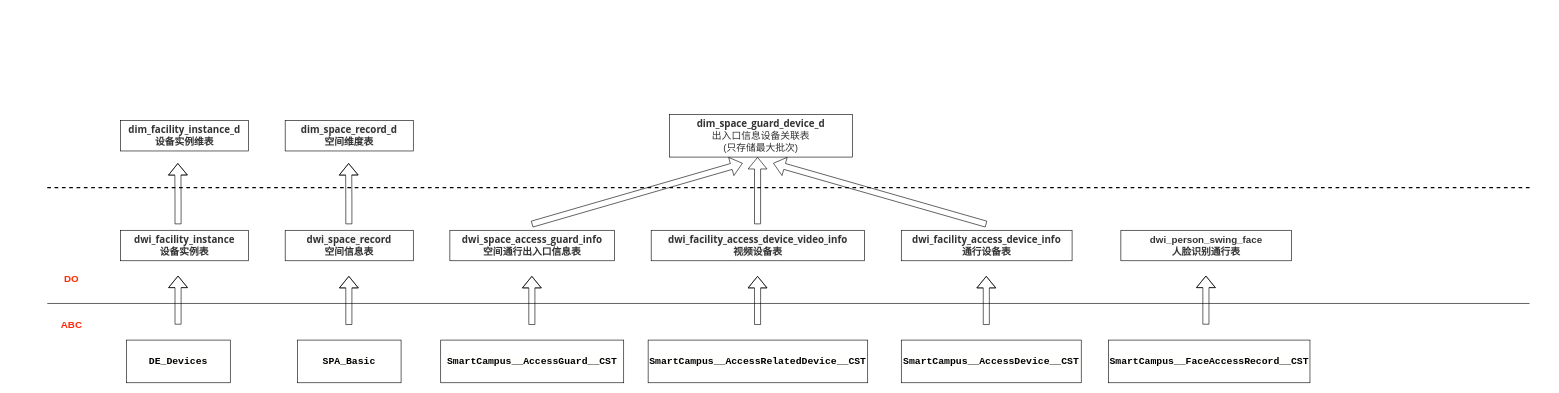
Above: 人员态势/人员通行.drawio in qiuyu828/gxsjj (draw.io), before the change. Source tidied: cells renumbered, new cells numbered last; positions are measured from the earlier drawing's top-left corner, leaving out a move shared by most shapes. Both pictures are drawn from the tidied source at 61%, with x=0, y=0 at pixel (10, 114).
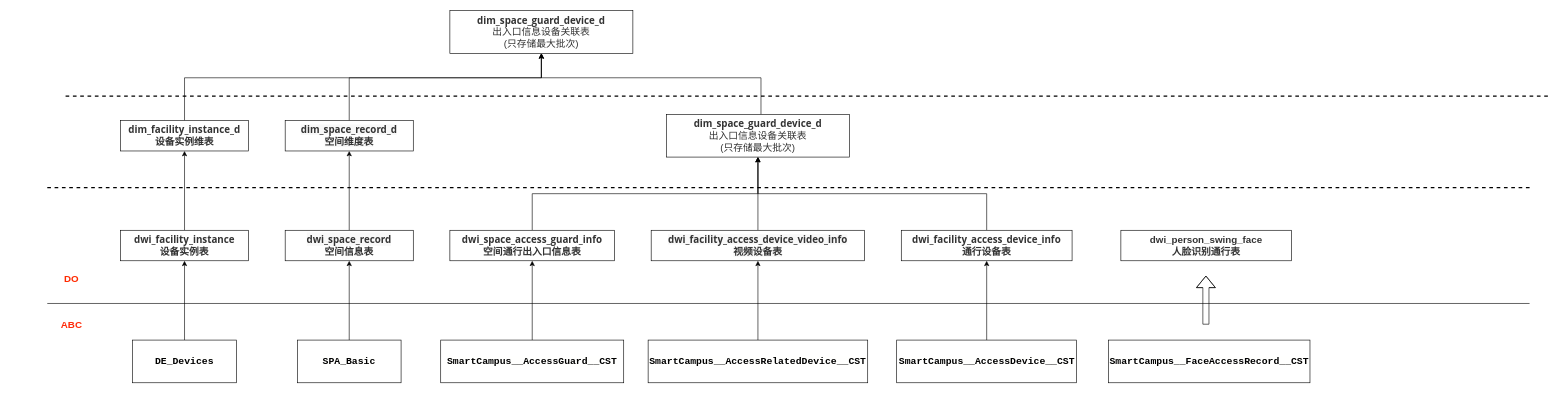
The same page after the edit.

Commit message (it also covers changes not shown here):
更新人员通行.drawio

The change refers to these unchanged cells:
```xml
<mxCell id="3" value="&lt;span style=&quot;color: rgb(51, 51, 51); font-family: &amp;quot;open sans&amp;quot;, &amp;quot;clear sans&amp;quot;, &amp;quot;helvetica neue&amp;quot;, helvetica, arial, sans-serif; font-size: 16px; text-align: left; background-color: rgb(255, 255, 255);&quot;&gt;&lt;span style=&quot;font-size: 16px;&quot;&gt;dwi_facility_instance&lt;br style=&quot;font-size: 16px;&quot;&gt;&lt;/span&gt;&lt;/span&gt;&lt;span style=&quot;color: rgb(50, 50, 50); font-size: 16px; background-color: rgba(255, 255, 255, 0.01);&quot;&gt;设备实例表&lt;/span&gt;&lt;span style=&quot;color: rgb(51, 51, 51); font-family: &amp;quot;open sans&amp;quot;, &amp;quot;clear sans&amp;quot;, &amp;quot;helvetica neue&amp;quot;, helvetica, arial, sans-serif; font-size: 16px; text-align: left; background-color: rgb(255, 255, 255);&quot;&gt;&lt;span style=&quot;font-size: 16px;&quot;&gt;&lt;br style=&quot;font-size: 16px;&quot;&gt;&lt;/span&gt;&lt;/span&gt;" style="rounded=0;whiteSpace=wrap;html=1;fontStyle=1;fontSize=16;" parent="1" vertex="1">
  <mxGeometry x="180" y="190" width="210" height="50" as="geometry" />
</mxCell>
<mxCell id="4" value="&lt;span style=&quot;color: rgb(51, 51, 51); font-family: &amp;quot;open sans&amp;quot;, &amp;quot;clear sans&amp;quot;, &amp;quot;helvetica neue&amp;quot;, helvetica, arial, sans-serif; font-size: 16px; text-align: left; background-color: rgb(248, 248, 248);&quot;&gt;&lt;span style=&quot;font-size: 16px;&quot;&gt;dwi_space_record&lt;br style=&quot;font-size: 16px;&quot;&gt;&lt;/span&gt;&lt;/span&gt;&lt;span style=&quot;color: rgb(50, 50, 50); font-size: 16px; background-color: rgba(255, 255, 255, 0.01);&quot;&gt;空间信息表&lt;/span&gt;&lt;span style=&quot;color: rgb(51, 51, 51); font-family: &amp;quot;open sans&amp;quot;, &amp;quot;clear sans&amp;quot;, &amp;quot;helvetica neue&amp;quot;, helvetica, arial, sans-serif; font-size: 16px; text-align: left; background-color: rgb(248, 248, 248);&quot;&gt;&lt;span style=&quot;font-size: 16px;&quot;&gt;&lt;br style=&quot;font-size: 16px;&quot;&gt;&lt;/span&gt;&lt;/span&gt;" style="rounded=0;whiteSpace=wrap;html=1;fontStyle=1;fontSize=16;" parent="1" vertex="1">
  <mxGeometry x="450" y="190" width="210" height="50" as="geometry" />
</mxCell>
<mxCell id="5" value="&lt;span style=&quot;text-align: left ; background-color: rgb(248 , 248 , 248)&quot;&gt;&lt;b style=&quot;color: rgb(51 , 51 , 51) ; font-family: &amp;#34;open sans&amp;#34; , &amp;#34;clear sans&amp;#34; , &amp;#34;helvetica neue&amp;#34; , &amp;#34;helvetica&amp;#34; , &amp;#34;arial&amp;#34; , sans-serif ; font-size: 16px&quot;&gt;dwi_facility_access_device_video_info&lt;/b&gt;&lt;br&gt;&lt;font color=&quot;#333333&quot; face=&quot;open sans, clear sans, helvetica neue, helvetica, arial, sans-serif&quot;&gt;&lt;b&gt;视频设备表&lt;/b&gt;&lt;/font&gt;&lt;br&gt;&lt;/span&gt;" style="rounded=0;whiteSpace=wrap;html=1;fontSize=16;" parent="1" vertex="1">
  <mxGeometry x="1050" y="190" width="350" height="50" as="geometry" />
</mxCell>
<mxCell id="6" value="&lt;span style=&quot;text-align: left; background-color: rgb(255, 255, 255); font-size: 16px;&quot;&gt;&lt;span style=&quot;color: rgb(51, 51, 51); font-family: &amp;quot;open sans&amp;quot;, &amp;quot;clear sans&amp;quot;, &amp;quot;helvetica neue&amp;quot;, helvetica, arial, sans-serif; font-size: 16px;&quot;&gt;dwi_space_access_guard_info&lt;/span&gt;&lt;br style=&quot;font-size: 16px;&quot;&gt;&lt;font color=&quot;#333333&quot; face=&quot;open sans, clear sans, helvetica neue, helvetica, arial, sans-serif&quot; style=&quot;font-size: 16px;&quot;&gt;&lt;span style=&quot;font-size: 16px;&quot;&gt;&lt;span style=&quot;font-size: 16px;&quot;&gt;空间通行出入口信息表&lt;/span&gt;&lt;/span&gt;&lt;/font&gt;&lt;br style=&quot;font-size: 16px;&quot;&gt;&lt;/span&gt;" style="rounded=0;whiteSpace=wrap;html=1;fontStyle=1;fontSize=16;" parent="1" vertex="1">
  <mxGeometry x="720" y="190" width="270" height="50" as="geometry" />
</mxCell>
<mxCell id="7" value="&lt;span style=&quot;text-align: left ; background-color: rgb(255 , 255 , 255)&quot;&gt;&lt;b style=&quot;color: rgb(51 , 51 , 51) ; font-family: &amp;#34;open sans&amp;#34; , &amp;#34;clear sans&amp;#34; , &amp;#34;helvetica neue&amp;#34; , &amp;#34;helvetica&amp;#34; , &amp;#34;arial&amp;#34; , sans-serif ; font-size: 16px&quot;&gt;dwi_facility_access_device_info&lt;/b&gt;&lt;br&gt;&lt;font color=&quot;#333333&quot; face=&quot;open sans, clear sans, helvetica neue, helvetica, arial, sans-serif&quot;&gt;&lt;b&gt;通行设备表&lt;/b&gt;&lt;/font&gt;&lt;br&gt;&lt;/span&gt;" style="rounded=0;whiteSpace=wrap;html=1;fontSize=16;" parent="1" vertex="1">
  <mxGeometry x="1460" y="190" width="280" height="50" as="geometry" />
</mxCell>
<mxCell id="9" value="&lt;div style=&quot;background-color: rgb(255, 255, 254); font-family: consolas, &amp;quot;courier new&amp;quot;, monospace; line-height: 19px; font-size: 16px;&quot;&gt;&lt;b style=&quot;font-size: 16px;&quot;&gt;&lt;font style=&quot;font-size: 16px;&quot;&gt;SPA_Basic&lt;/font&gt;&lt;/b&gt;&lt;/div&gt;" style="rounded=0;whiteSpace=wrap;html=1;fontSize=16;" parent="1" vertex="1">
  <mxGeometry x="470" y="370" width="170" height="70" as="geometry" />
</mxCell>
<mxCell id="13" value="&lt;div style=&quot;background-color: rgb(255, 255, 254); font-family: consolas, &amp;quot;courier new&amp;quot;, monospace; line-height: 19px; font-size: 16px;&quot;&gt;&lt;font style=&quot;font-size: 16px;&quot;&gt;&lt;b style=&quot;font-size: 16px;&quot;&gt;SmartCampus__AccessRelatedDevice__CST&lt;/b&gt;&lt;/font&gt;&lt;/div&gt;" style="rounded=0;whiteSpace=wrap;html=1;fontSize=16;" parent="1" vertex="1">
  <mxGeometry x="1045" y="370" width="360" height="70" as="geometry" />
</mxCell>
<mxCell id="14" value="&lt;div style=&quot;background-color: rgb(255, 255, 254); font-family: consolas, &amp;quot;courier new&amp;quot;, monospace; line-height: 19px; font-size: 16px;&quot;&gt;&lt;b style=&quot;font-size: 16px;&quot;&gt;&lt;font style=&quot;font-size: 16px;&quot;&gt;SmartCampus__AccessGuard__CST&lt;/font&gt;&lt;/b&gt;&lt;/div&gt;" style="rounded=0;whiteSpace=wrap;html=1;fontSize=16;" parent="1" vertex="1">
  <mxGeometry x="705" y="370" width="300" height="70" as="geometry" />
</mxCell>
<mxCell id="22" value="&lt;span style=&quot;text-align: left ; background-color: rgb(255 , 255 , 255)&quot;&gt;&lt;b style=&quot;color: rgb(51 , 51 , 51) ; font-family: &amp;#34;open sans&amp;#34; , &amp;#34;clear sans&amp;#34; , &amp;#34;helvetica neue&amp;#34; , &amp;#34;helvetica&amp;#34; , &amp;#34;arial&amp;#34; , sans-serif ; font-size: 16px&quot;&gt;dim_facility_instance_d&lt;/b&gt;&lt;br&gt;&lt;font color=&quot;#333333&quot; face=&quot;open sans, clear sans, helvetica neue, helvetica, arial, sans-serif&quot;&gt;&lt;b&gt;设备实例维表&lt;/b&gt;&lt;/font&gt;&lt;br&gt;&lt;/span&gt;" style="rounded=0;whiteSpace=wrap;html=1;fontSize=16;" parent="1" vertex="1">
  <mxGeometry x="180" y="10" width="210" height="50" as="geometry" />
</mxCell>
<mxCell id="24" value="&lt;span style=&quot;text-align: left ; background-color: rgb(248 , 248 , 248)&quot;&gt;&lt;b style=&quot;color: rgb(51 , 51 , 51) ; font-family: &amp;#34;open sans&amp;#34; , &amp;#34;clear sans&amp;#34; , &amp;#34;helvetica neue&amp;#34; , &amp;#34;helvetica&amp;#34; , &amp;#34;arial&amp;#34; , sans-serif ; font-size: 16px&quot;&gt;dim_space_record_d&lt;/b&gt;&lt;br&gt;&lt;font color=&quot;#333333&quot; face=&quot;open sans, clear sans, helvetica neue, helvetica, arial, sans-serif&quot;&gt;&lt;b&gt;空间维度表&lt;/b&gt;&lt;/font&gt;&lt;br&gt;&lt;/span&gt;" style="rounded=0;whiteSpace=wrap;html=1;fontSize=16;" parent="1" vertex="1">
  <mxGeometry x="450" y="10" width="210" height="50" as="geometry" />
</mxCell>
```

What changed in the source:
```diff
@@
+    <mxCell id="32" style="edgeStyle=orthogonalEdgeStyle;rounded=0;jettySize=auto;html=1;entryX=0.5;entryY=1;entryDx=0;entryDy=0;fontSize=16;fontColor=#FF2A00;" parent="1" edge="1" source="3" target="22">
+      <mxGeometry relative="1" as="geometry" />
+    </mxCell>
@@
+    <mxCell id="33" style="edgeStyle=orthogonalEdgeStyle;rounded=0;jettySize=auto;html=1;entryX=0.5;entryY=1;entryDx=0;entryDy=0;fontSize=16;fontColor=#FF2A00;" parent="1" edge="1" source="4" target="24">
+      <mxGeometry relative="1" as="geometry" />
+    </mxCell>
@@
+    <mxCell id="34" style="edgeStyle=orthogonalEdgeStyle;rounded=0;jettySize=auto;html=1;entryX=0.5;entryY=1;entryDx=0;entryDy=0;fontSize=16;fontColor=#FF2A00;" parent="1" edge="1" source="5" target="25">
+      <mxGeometry relative="1" as="geometry" />
+    </mxCell>
@@
+    <mxCell id="35" style="edgeStyle=orthogonalEdgeStyle;rounded=0;jettySize=auto;html=1;entryX=0.5;entryY=1;entryDx=0;entryDy=0;fontSize=16;fontColor=#FF2A00;" parent="1" edge="1" source="6" target="25">
+      <mxGeometry relative="1" as="geometry">
+        <Array as="points">
+          <mxPoint x="855" y="130" />
+          <mxPoint x="1225" y="130" />
+        </Array>
+      </mxGeometry>
+    </mxCell>
@@
+    <mxCell id="36" style="edgeStyle=orthogonalEdgeStyle;rounded=0;jettySize=auto;html=1;entryX=0.5;entryY=1;entryDx=0;entryDy=0;fontSize=16;fontColor=#FF2A00;" parent="1" edge="1" source="7" target="25">
+      <mxGeometry relative="1" as="geometry">
+        <Array as="points">
+          <mxPoint x="1600" y="130" />
+          <mxPoint x="1225" y="130" />
+        </Array>
+      </mxGeometry>
+    </mxCell>
@@
+    <mxCell id="37" style="edgeStyle=orthogonalEdgeStyle;rounded=0;jettySize=auto;html=1;entryX=0.5;entryY=1;entryDx=0;entryDy=0;fontSize=16;fontColor=#FF2A00;" parent="1" edge="1" source="8" target="3">
+      <mxGeometry relative="1" as="geometry" />
+    </mxCell>
     <mxCell id="8" value="&lt;div style=&quot;background-color: rgb(255, 255, 254); font-family: consolas, &amp;quot;courier new&amp;quot;, monospace; line-height: 19px; font-size: 16px;&quot;&gt;&lt;b style=&quot;font-size: 16px;&quot;&gt;&lt;font style=&quot;font-size: 16px;&quot;&gt;DE_Devices&lt;/font&gt;&lt;/b&gt;&lt;/div&gt;" style="rounded=0;whiteSpace=wrap;html=1;fontSize=16;" parent="1" vertex="1">
-      <mxGeometry x="190" y="370" width="170" height="70" as="geometry" />
+      <mxGeometry x="200" y="370" width="170" height="70" as="geometry" />
     </mxCell>
+    <mxCell id="38" style="edgeStyle=orthogonalEdgeStyle;rounded=0;jettySize=auto;html=1;entryX=0.5;entryY=1;entryDx=0;entryDy=0;fontSize=16;fontColor=#FF2A00;" parent="1" edge="1" source="9" target="4">
+      <mxGeometry relative="1" as="geometry" />
+    </mxCell>
@@
+    <mxCell id="39" style="edgeStyle=orthogonalEdgeStyle;rounded=0;jettySize=auto;html=1;entryX=0.5;entryY=1;entryDx=0;entryDy=0;fontSize=16;fontColor=#FF2A00;" parent="1" edge="1" source="10" target="7">
+      <mxGeometry relative="1" as="geometry" />
+    </mxCell>
     <mxCell id="10" value="&lt;div style=&quot;background-color: rgb(255, 255, 254); font-family: consolas, &amp;quot;courier new&amp;quot;, monospace; line-height: 19px; font-size: 16px;&quot;&gt;&lt;font style=&quot;font-size: 16px;&quot;&gt;&lt;b style=&quot;font-size: 16px;&quot;&gt;SmartCampus__AccessDevice__CST&lt;/b&gt;&lt;/font&gt;&lt;/div&gt;" style="rounded=0;whiteSpace=wrap;html=1;fontSize=16;" parent="1" vertex="1">
-      <mxGeometry x="1460" y="370" width="295" height="70" as="geometry" />
+      <mxGeometry x="1452.5" y="370" width="295" height="70" as="geometry" />
     </mxCell>
@@
+    <mxCell id="40" style="edgeStyle=orthogonalEdgeStyle;rounded=0;jettySize=auto;html=1;entryX=0.5;entryY=1;entryDx=0;entryDy=0;fontSize=16;fontColor=#FF2A00;" parent="1" edge="1" source="13" target="5">
+      <mxGeometry relative="1" as="geometry" />
+    </mxCell>
@@
+    <mxCell id="41" style="edgeStyle=orthogonalEdgeStyle;rounded=0;jettySize=auto;html=1;entryX=0.5;entryY=1;entryDx=0;entryDy=0;fontSize=16;fontColor=#FF2A00;" parent="1" edge="1" source="14" target="6">
+      <mxGeometry relative="1" as="geometry" />
+    </mxCell>
@@
-    <mxCell id="15" style="shape=flexArrow;endArrow=classic;html=1;fontSize=16;" parent="1" edge="1">
-      <mxGeometry relative="1" as="geometry">
-        <mxPoint x="274.4" y="344.5" as="sourcePoint" />
-        <mxPoint x="274.4" y="264.5" as="targetPoint" />
-        <Array as="points">
-          <mxPoint x="274.4" y="304.5" />
-        </Array>
-      </mxGeometry>
-    </mxCell>
-    <mxCell id="16" style="shape=flexArrow;endArrow=classic;html=1;fontSize=16;" parent="1" edge="1">
-      <mxGeometry relative="1" as="geometry">
-        <mxPoint x="1599.4" y="345" as="sourcePoint" />
-        <mxPoint x="1599.4" y="265" as="targetPoint" />
-        <Array as="points">
-          <mxPoint x="1599.4" y="305" />
-        </Array>
-      </mxGeometry>
-    </mxCell>
-    <mxCell id="17" style="shape=flexArrow;endArrow=classic;html=1;fontSize=16;" parent="1" edge="1">
-      <mxGeometry relative="1" as="geometry">
-        <mxPoint x="1224.4" y="345" as="sourcePoint" />
-        <mxPoint x="1224.4" y="265" as="targetPoint" />
-        <Array as="points">
-          <mxPoint x="1224.4" y="305" />
-        </Array>
-      </mxGeometry>
-    </mxCell>
-    <mxCell id="18" style="shape=flexArrow;endArrow=classic;html=1;fontSize=16;" parent="1" edge="1">
-      <mxGeometry relative="1" as="geometry">
-        <mxPoint x="854.4" y="345" as="sourcePoint" />
-        <mxPoint x="854.4" y="265" as="targetPoint" />
-        <Array as="points">
-          <mxPoint x="854.4" y="305" />
-        </Array>
-      </mxGeometry>
-    </mxCell>
-    <mxCell id="19" style="shape=flexArrow;endArrow=classic;html=1;fontSize=16;" parent="1" edge="1">
-      <mxGeometry relative="1" as="geometry">
-        <mxPoint x="554.4" y="345" as="sourcePoint" />
-        <mxPoint x="554.4" y="265" as="targetPoint" />
-        <Array as="points">
-          <mxPoint x="554.4" y="305" />
-        </Array>
-      </mxGeometry>
-    </mxCell>
@@
+    <mxCell id="42" style="edgeStyle=orthogonalEdgeStyle;rounded=0;jettySize=auto;html=1;entryX=0.5;entryY=1;entryDx=0;entryDy=0;fontSize=16;fontColor=#FF2A00;" parent="1" edge="1" source="22" target="46">
+      <mxGeometry relative="1" as="geometry">
+        <Array as="points">
+          <mxPoint x="285" y="-60" />
+          <mxPoint x="870" y="-60" />
+        </Array>
+      </mxGeometry>
+    </mxCell>
@@
+    <mxCell id="43" style="edgeStyle=orthogonalEdgeStyle;rounded=0;jettySize=auto;html=1;entryX=0.5;entryY=1;entryDx=0;entryDy=0;fontSize=16;fontColor=#FF2A00;" parent="1" edge="1" source="24" target="46">
+      <mxGeometry relative="1" as="geometry">
+        <Array as="points">
+          <mxPoint x="555" y="-60" />
+          <mxPoint x="870" y="-60" />
+        </Array>
+      </mxGeometry>
+    </mxCell>
@@
+    <mxCell id="44" style="edgeStyle=orthogonalEdgeStyle;rounded=0;jettySize=auto;html=1;entryX=0.5;entryY=1;entryDx=0;entryDy=0;fontSize=16;fontColor=#FF2A00;" parent="1" edge="1" source="25" target="46">
+      <mxGeometry relative="1" as="geometry">
+        <Array as="points">
+          <mxPoint x="1230" y="-60" />
+          <mxPoint x="870" y="-60" />
+        </Array>
+      </mxGeometry>
+    </mxCell>
     <mxCell id="25" value="&lt;span style=&quot;color: rgb(51, 51, 51); font-family: &amp;quot;open sans&amp;quot;, &amp;quot;clear sans&amp;quot;, &amp;quot;helvetica neue&amp;quot;, helvetica, arial, sans-serif; font-size: 16px; text-align: left; background-color: rgb(255, 255, 255);&quot;&gt;&lt;b style=&quot;font-size: 16px;&quot;&gt;dim_space_guard_device_d&lt;br style=&quot;font-size: 16px;&quot;&gt;&lt;/b&gt;&lt;/span&gt;&lt;div style=&quot;resize: none; outline: 0px; font-size: 16px; color: rgb(50, 50, 50);&quot;&gt;出入口信息设备关联表&lt;/div&gt;&lt;div style=&quot;resize: none; outline: 0px; font-size: 16px; color: rgb(50, 50, 50);&quot;&gt;(只存储最大批次)&lt;/div&gt;" style="rounded=0;whiteSpace=wrap;html=1;fontSize=16;" parent="1" vertex="1">
-      <mxGeometry x="1080" width="300" height="70" as="geometry" />
+      <mxGeometry x="1075" width="300" height="70" as="geometry" />
     </mxCell>
-    <mxCell id="26" style="shape=flexArrow;endArrow=classic;html=1;fontSize=16;" parent="1" edge="1">
-      <mxGeometry relative="1" as="geometry">
-        <mxPoint x="1224.4" y="180" as="sourcePoint" />
-        <mxPoint x="1224.4" y="70" as="targetPoint" />
-      </mxGeometry>
-    </mxCell>
-    <mxCell id="27" style="shape=flexArrow;endArrow=classic;html=1;fontSize=16;" parent="1" edge="1">
-      <mxGeometry relative="1" as="geometry">
-        <mxPoint x="854.4" y="180" as="sourcePoint" />
-        <mxPoint x="1200" y="80" as="targetPoint" />
-      </mxGeometry>
-    </mxCell>
-    <mxCell id="28" style="shape=flexArrow;endArrow=classic;html=1;fontSize=16;" parent="1" edge="1">
-      <mxGeometry relative="1" as="geometry">
-        <mxPoint x="1599.4" y="180" as="sourcePoint" />
-        <mxPoint x="1250" y="80" as="targetPoint" />
-      </mxGeometry>
-    </mxCell>
-    <mxCell id="29" style="shape=flexArrow;endArrow=classic;html=1;fontSize=16;" parent="1" edge="1">
-      <mxGeometry relative="1" as="geometry">
-        <mxPoint x="274.4" y="180" as="sourcePoint" />
-        <mxPoint x="274" y="80" as="targetPoint" />
-        <Array as="points">
-          <mxPoint x="274.4" y="140" />
-        </Array>
-      </mxGeometry>
-    </mxCell>
-    <mxCell id="30" style="shape=flexArrow;endArrow=classic;html=1;fontSize=16;" parent="1" edge="1">
-      <mxGeometry relative="1" as="geometry">
-        <mxPoint x="554.4" y="180" as="sourcePoint" />
-        <mxPoint x="554" y="80" as="targetPoint" />
-        <Array as="points">
-          <mxPoint x="554.4" y="140" />
-        </Array>
-      </mxGeometry>
-    </mxCell>
@@
+    <mxCell id="45" style="endArrow=none;dashed=1;html=1;strokeWidth=2;fontSize=16;" parent="1" edge="1">
+      <mxGeometry relative="1" as="geometry">
+        <mxPoint x="90" y="-30" as="sourcePoint" />
+        <mxPoint x="2520" y="-30" as="targetPoint" />
+      </mxGeometry>
+    </mxCell>
+    <mxCell id="46" value="&lt;span style=&quot;color: rgb(51, 51, 51); font-family: &amp;quot;open sans&amp;quot;, &amp;quot;clear sans&amp;quot;, &amp;quot;helvetica neue&amp;quot;, helvetica, arial, sans-serif; font-size: 16px; text-align: left; background-color: rgb(255, 255, 255);&quot;&gt;&lt;b style=&quot;font-size: 16px;&quot;&gt;dim_space_guard_device_d&lt;br style=&quot;font-size: 16px;&quot;&gt;&lt;/b&gt;&lt;/span&gt;&lt;div style=&quot;resize: none; outline: 0px; font-size: 16px; color: rgb(50, 50, 50);&quot;&gt;出入口信息设备关联表&lt;/div&gt;&lt;div style=&quot;resize: none; outline: 0px; font-size: 16px; color: rgb(50, 50, 50);&quot;&gt;(只存储最大批次)&lt;/div&gt;" style="rounded=0;whiteSpace=wrap;html=1;fontSize=16;" parent="1" vertex="1">
+      <mxGeometry x="720" y="-170" width="300" height="70" as="geometry" />
+    </mxCell>
```
